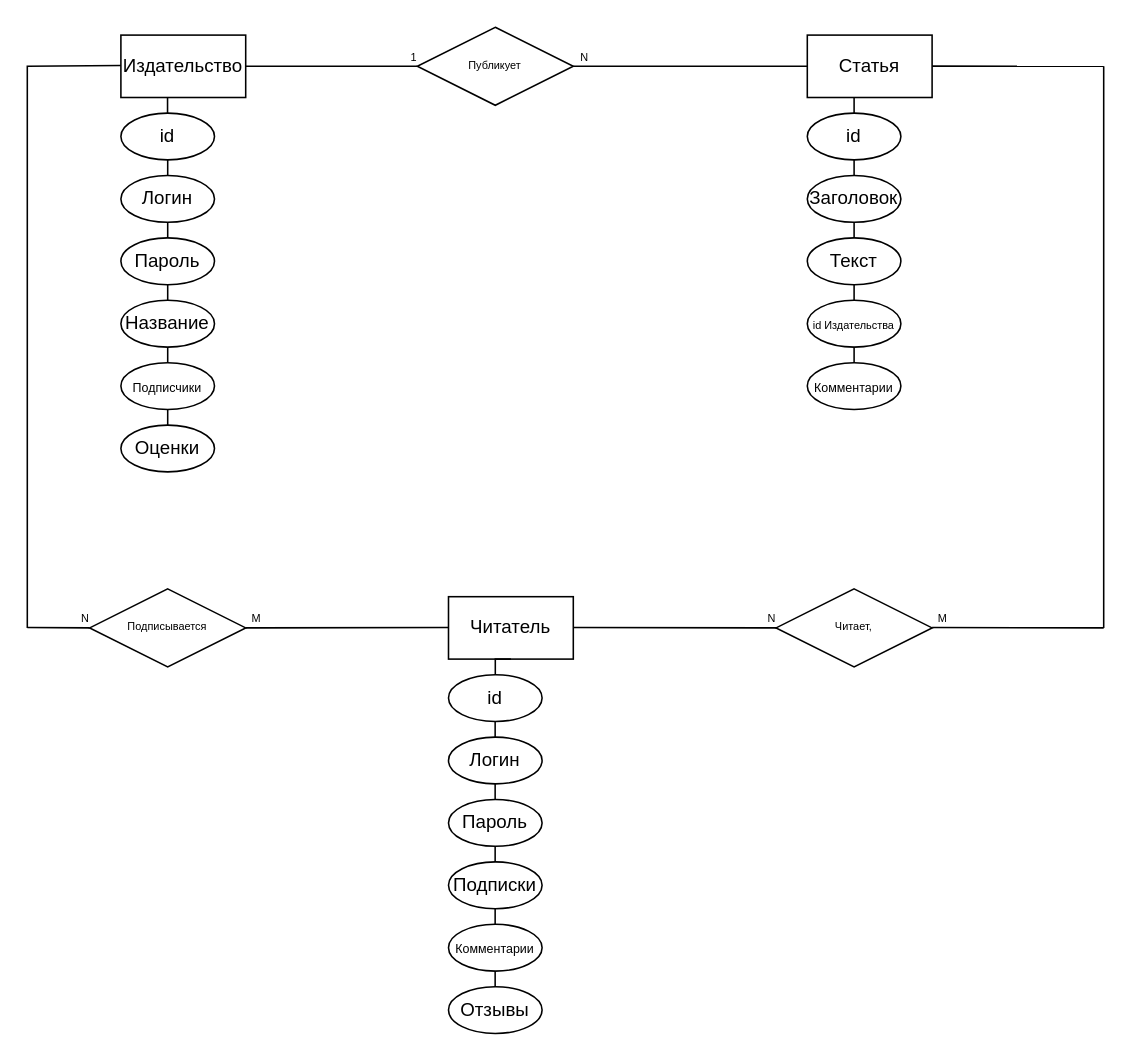
The draw.io diagram Диаграмма без названия.drawio in r0mpll/DataBase, before the edit. Source tidied: cells renumbered, new cells numbered last; positions are measured from the earlier drawing's top-left corner, leaving out a move shared by most shapes. Both pictures are drawn from the tidied source at 156%, with x=0, y=0 at pixel (27, 27).
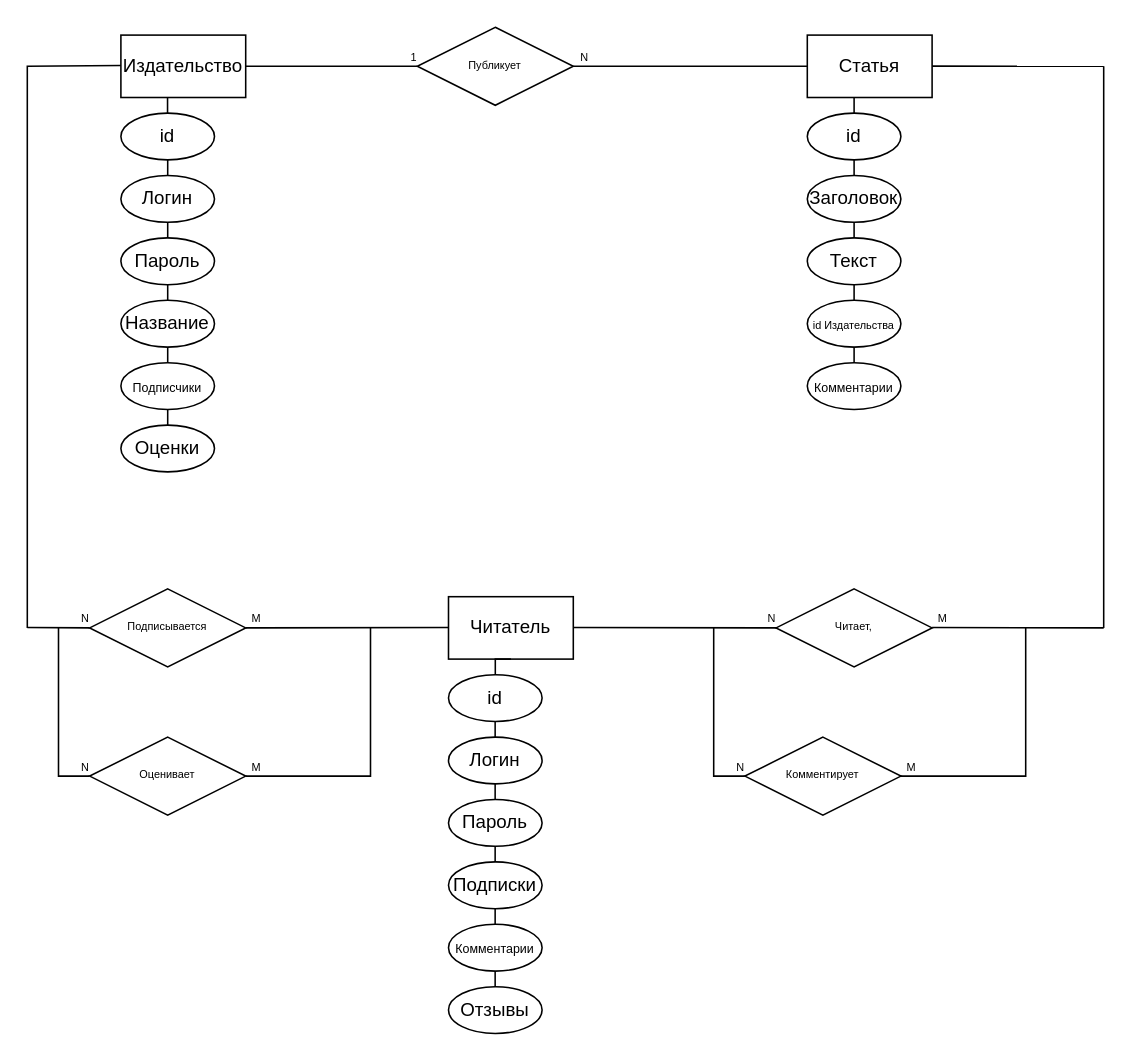
The same diagram, later.

Change to the diagram source:
```diff
@@
+    <mxCell id="57" style="endArrow=none;html=1;rounded=0;exitX=0;exitY=0.5;exitDx=0;exitDy=0;" parent="1" edge="1" source="58">
+      <mxGeometry relative="1" as="geometry">
+        <mxPoint x="20" y="385" as="targetPoint" />
+        <Array as="points">
+          <mxPoint x="20" y="480" />
+        </Array>
+      </mxGeometry>
+    </mxCell>
+    <mxCell id="58" value="Оценивает" style="shape=rhombus;perimeter=rhombusPerimeter;whiteSpace=wrap;html=1;align=center;fontSize=7;" parent="1" vertex="1">
+      <mxGeometry x="40" y="455" width="100" height="50" as="geometry" />
+    </mxCell>
+    <mxCell id="59" value="N" style="html=1;align=right;verticalAlign=bottom;fontSize=7;" parent="1" vertex="1">
+      <mxGeometry x="40" y="480" as="geometry" />
+    </mxCell>
+    <mxCell id="60" value="M" style="html=1;align=right;verticalAlign=bottom;fontSize=7;" parent="1" vertex="1">
+      <mxGeometry x="150" y="480" as="geometry" />
+    </mxCell>
+    <mxCell id="61" style="endArrow=none;html=1;rounded=0;exitX=1;exitY=0.5;exitDx=0;exitDy=0;" parent="1" edge="1" source="58">
+      <mxGeometry relative="1" as="geometry">
+        <mxPoint x="220" y="385" as="targetPoint" />
+        <Array as="points">
+          <mxPoint x="220" y="480" />
+        </Array>
+      </mxGeometry>
+    </mxCell>
+    <mxCell id="62" style="endArrow=none;html=1;rounded=0;exitX=0;exitY=0.5;exitDx=0;exitDy=0;" parent="1" edge="1" source="63">
+      <mxGeometry relative="1" as="geometry">
+        <mxPoint x="440" y="385" as="targetPoint" />
+        <Array as="points">
+          <mxPoint x="440" y="480" />
+        </Array>
+      </mxGeometry>
+    </mxCell>
+    <mxCell id="63" value="Комментирует" style="shape=rhombus;perimeter=rhombusPerimeter;whiteSpace=wrap;html=1;align=center;fontSize=7;" parent="1" vertex="1">
+      <mxGeometry x="460" y="455" width="100" height="50" as="geometry" />
+    </mxCell>
+    <mxCell id="64" value="N" style="html=1;align=right;verticalAlign=bottom;fontSize=7;" parent="1" vertex="1">
+      <mxGeometry x="460" y="480" as="geometry" />
+    </mxCell>
+    <mxCell id="65" style="endArrow=none;html=1;rounded=0;exitX=1;exitY=0.5;exitDx=0;exitDy=0;" parent="1" edge="1" source="63">
+      <mxGeometry relative="1" as="geometry">
+        <mxPoint x="640" y="385" as="targetPoint" />
+        <Array as="points">
+          <mxPoint x="640" y="480" />
+        </Array>
+      </mxGeometry>
+    </mxCell>
+    <mxCell id="66" value="M" style="html=1;align=right;verticalAlign=bottom;fontSize=7;" parent="1" vertex="1">
+      <mxGeometry x="570" y="480" as="geometry" />
+    </mxCell>
```
